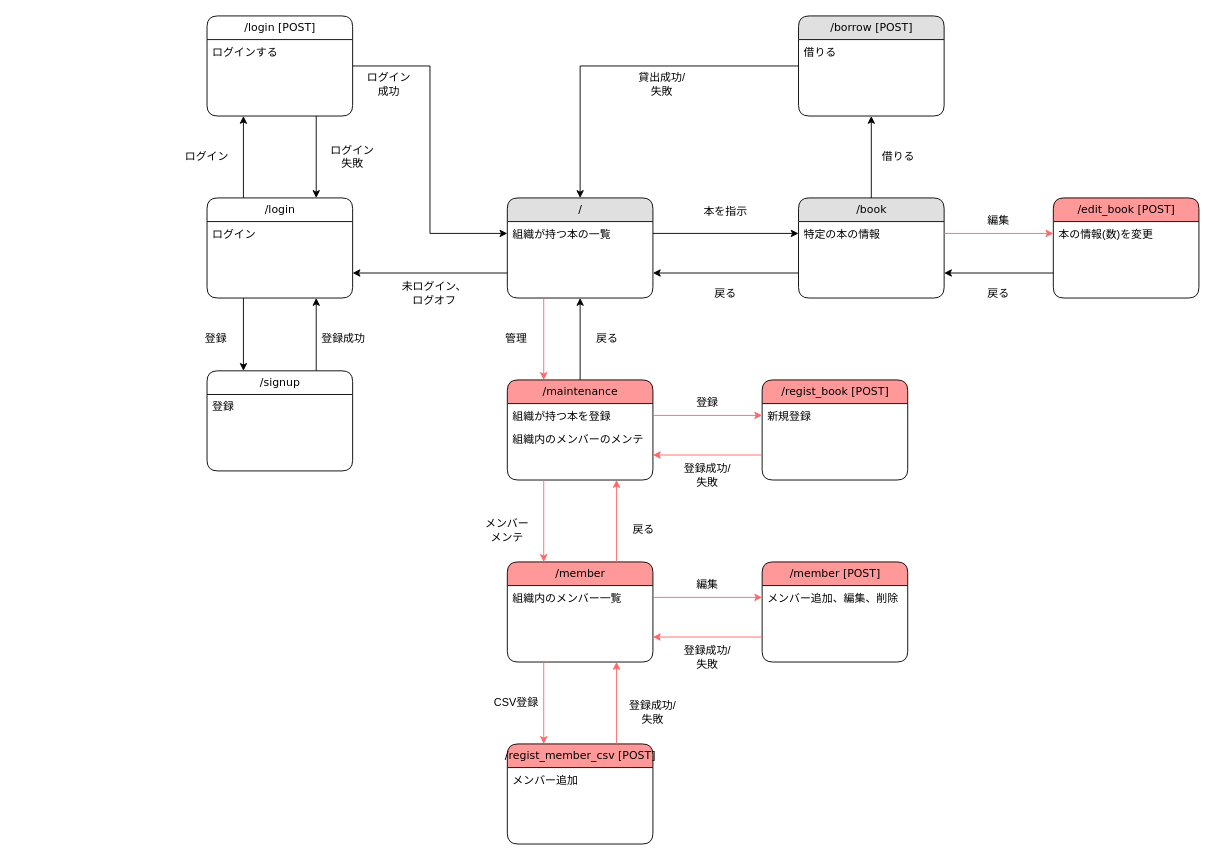
The draw.io diagram doc/screen_transition_diagram.drawio in yo16/bookshelf_2023, before the edit. Source tidied: cells renumbered, new cells numbered last; positions are measured from the earlier drawing's top-left corner, leaving out a move shared by most shapes. Both pictures are drawn from the tidied source at 91%, with x=0, y=0 at pixel (179, 15).
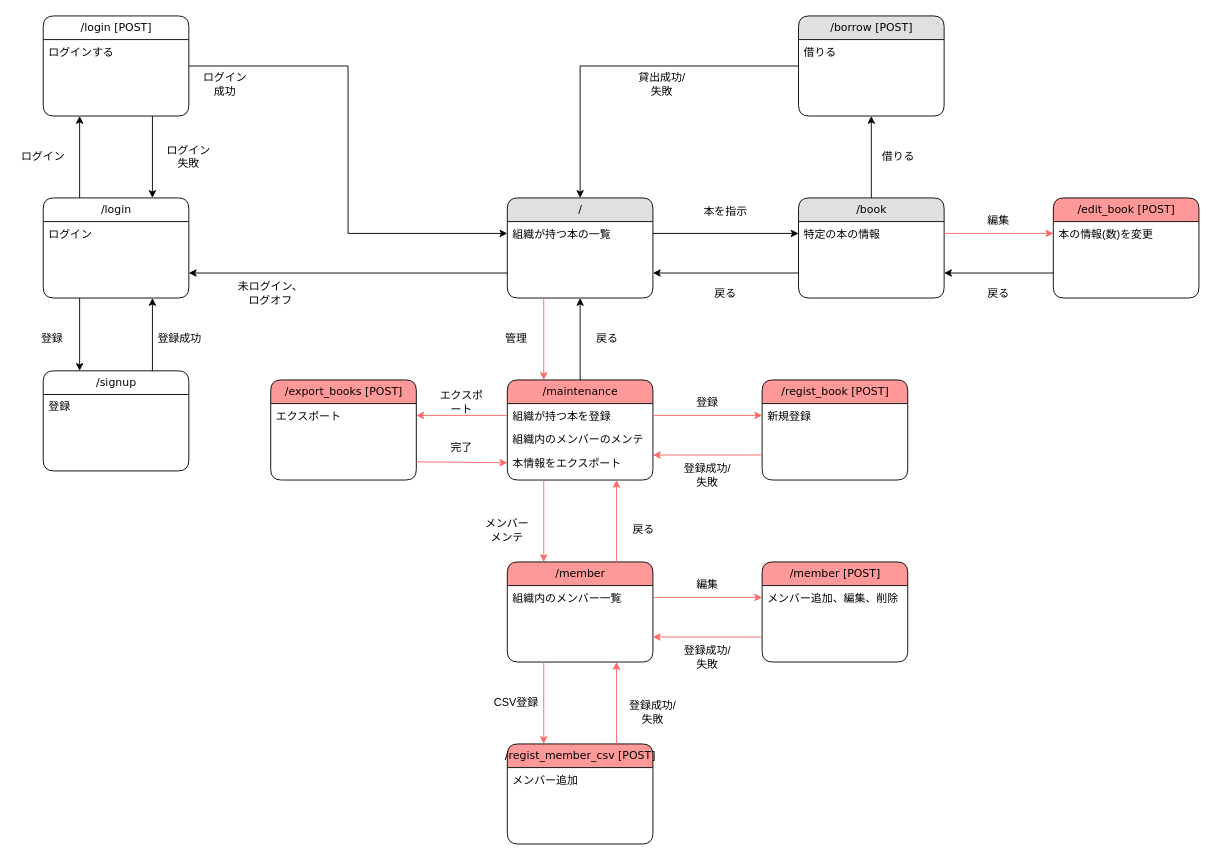
The same diagram, later.

Commit message:
エクスポートを追加

The change refers to these unchanged cells:
```xml
<mxCell id="21" value="/maintenance" style="swimlane;html=1;fontStyle=0;horizontal=1;startSize=26;fillColor=#FF9999;swimlaneFillColor=#ffffff;align=center;rounded=1;shadow=0;comic=0;labelBackgroundColor=none;strokeWidth=1;fontFamily=Verdana;fontSize=12;" parent="1" vertex="1">
  <mxGeometry x="360" y="400" width="160" height="110" as="geometry" />
</mxCell>
<mxCell id="22" value="組織が持つ本を登録" style="text;html=1;strokeColor=none;fillColor=none;spacingLeft=4;spacingRight=4;whiteSpace=wrap;overflow=hidden;points=[[0,0.5],[1,0.5]];portConstraint=eastwest;" parent="21" vertex="1">
  <mxGeometry y="26" width="160" height="26" as="geometry" />
</mxCell>
```

The edit, as a diff of the source:
```diff
@@
     <mxCell id="3" value="/login" style="swimlane;html=1;fontStyle=0;horizontal=1;startSize=26;fillColor=#FFFFFF;swimlaneFillColor=#ffffff;align=center;rounded=1;shadow=0;comic=0;labelBackgroundColor=none;strokeWidth=1;fontFamily=Verdana;fontSize=12;" parent="1" vertex="1">
-      <mxGeometry x="30" y="200" width="160" height="110" as="geometry" />
+      <mxGeometry x="-150" y="200" width="160" height="110" as="geometry" />
     </mxCell>
@@
     <mxCell id="7" value="ログイン成功" style="text;html=1;strokeColor=none;fillColor=none;align=center;verticalAlign=middle;whiteSpace=wrap;rounded=0;" parent="1" vertex="1">
-      <mxGeometry x="200" y="60" width="60" height="30" as="geometry" />
+      <mxGeometry x="20" y="60" width="60" height="30" as="geometry" />
     </mxCell>
     <mxCell id="8" value="/signup" style="swimlane;html=1;fontStyle=0;horizontal=1;startSize=26;fillColor=#FFFFFF;swimlaneFillColor=#ffffff;align=center;rounded=1;shadow=0;comic=0;labelBackgroundColor=none;strokeWidth=1;fontFamily=Verdana;fontSize=12;" parent="1" vertex="1">
-      <mxGeometry x="30" y="390" width="160" height="110" as="geometry" />
+      <mxGeometry x="-150" y="390" width="160" height="110" as="geometry" />
     </mxCell>
@@
     <mxCell id="10" value="ログイン失敗" style="text;html=1;strokeColor=none;fillColor=none;align=center;verticalAlign=middle;whiteSpace=wrap;rounded=0;" parent="1" vertex="1">
-      <mxGeometry x="160" y="140" width="60" height="30" as="geometry" />
+      <mxGeometry x="-20" y="140" width="60" height="30" as="geometry" />
     </mxCell>
@@
     <mxCell id="13" value="登録" style="text;html=1;strokeColor=none;fillColor=none;align=center;verticalAlign=middle;whiteSpace=wrap;rounded=0;" parent="1" vertex="1">
-      <mxGeometry x="10" y="340" width="60" height="30" as="geometry" />
+      <mxGeometry x="-170" y="340" width="60" height="30" as="geometry" />
     </mxCell>
     <mxCell id="14" value="登録成功" style="text;html=1;strokeColor=none;fillColor=none;align=center;verticalAlign=middle;whiteSpace=wrap;rounded=0;" parent="1" vertex="1">
-      <mxGeometry x="150" y="340" width="60" height="30" as="geometry" />
+      <mxGeometry x="-30" y="340" width="60" height="30" as="geometry" />
     </mxCell>
@@
     <mxCell id="16" value="未ログイン、ログオフ" style="text;html=1;strokeColor=none;fillColor=none;align=center;verticalAlign=middle;whiteSpace=wrap;rounded=0;" parent="1" vertex="1">
-      <mxGeometry x="240" y="290" width="80" height="30" as="geometry" />
+      <mxGeometry x="60" y="290" width="80" height="30" as="geometry" />
     </mxCell>
@@
+    <mxCell id="71" value="本情報をエクスポート" style="text;html=1;strokeColor=none;fillColor=none;spacingLeft=4;spacingRight=4;whiteSpace=wrap;overflow=hidden;points=[[0,0.5],[1,0.5]];portConstraint=eastwest;" parent="21" vertex="1">
+      <mxGeometry y="78" width="160" height="26" as="geometry" />
+    </mxCell>
@@
     <mxCell id="36" value="/login [POST]" style="swimlane;html=1;fontStyle=0;horizontal=1;startSize=26;fillColor=#FFFFFF;swimlaneFillColor=#ffffff;align=center;rounded=1;shadow=0;comic=0;labelBackgroundColor=none;strokeWidth=1;fontFamily=Verdana;fontSize=12;" parent="1" vertex="1">
-      <mxGeometry x="30" width="160" height="110" as="geometry" />
+      <mxGeometry x="-150" width="160" height="110" as="geometry" />
     </mxCell>
@@
     <mxCell id="40" value="ログイン" style="text;html=1;strokeColor=none;fillColor=none;align=center;verticalAlign=middle;whiteSpace=wrap;rounded=0;" parent="1" vertex="1">
-      <mxGeometry y="140" width="60" height="30" as="geometry" />
+      <mxGeometry x="-180" y="140" width="60" height="30" as="geometry" />
     </mxCell>
@@
+    <mxCell id="72" value="/export_books [POST]" style="swimlane;html=1;fontStyle=0;horizontal=1;startSize=26;fillColor=#FF9999;swimlaneFillColor=#ffffff;align=center;rounded=1;shadow=0;comic=0;labelBackgroundColor=none;strokeWidth=1;fontFamily=Verdana;fontSize=12;" parent="1" vertex="1">
+      <mxGeometry x="100" y="400" width="160" height="110" as="geometry" />
+    </mxCell>
+    <mxCell id="73" value="エクスポート" style="text;html=1;strokeColor=none;fillColor=none;spacingLeft=4;spacingRight=4;whiteSpace=wrap;overflow=hidden;points=[[0,0.5],[1,0.5]];portConstraint=eastwest;" parent="72" vertex="1">
+      <mxGeometry y="26" width="160" height="26" as="geometry" />
+    </mxCell>
+    <mxCell id="74" style="edgeStyle=orthogonalEdgeStyle;rounded=0;jettySize=auto;html=1;strokeColor=#FF6666;exitX=0;exitY=0.5;exitDx=0;exitDy=0;entryX=1;entryY=0.5;entryDx=0;entryDy=0;" parent="1" edge="1" source="22" target="73">
+      <mxGeometry relative="1" as="geometry" />
+    </mxCell>
+    <mxCell id="75" value="エクスポート" style="text;html=1;strokeColor=none;fillColor=none;align=center;verticalAlign=middle;whiteSpace=wrap;rounded=0;" parent="1" vertex="1">
+      <mxGeometry x="280" y="410" width="60" height="30" as="geometry" />
+    </mxCell>
+    <mxCell id="76" style="edgeStyle=orthogonalEdgeStyle;rounded=0;jettySize=auto;html=1;strokeColor=#FF6666;entryX=0;entryY=0.5;entryDx=0;entryDy=0;" parent="1" edge="1" target="71">
+      <mxGeometry relative="1" as="geometry">
+        <mxPoint x="260" y="490" as="sourcePoint" />
+      </mxGeometry>
+    </mxCell>
+    <mxCell id="77" value="完了" style="text;html=1;strokeColor=none;fillColor=none;align=center;verticalAlign=middle;whiteSpace=wrap;rounded=0;" parent="1" vertex="1">
+      <mxGeometry x="280" y="460" width="60" height="30" as="geometry" />
+    </mxCell>
```
